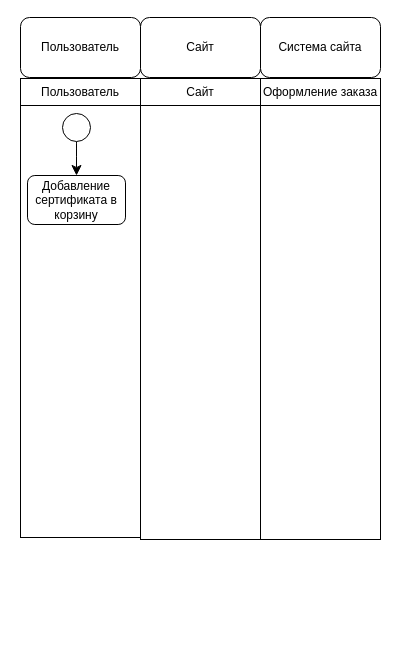
This is Диаграмма6_2.drawio from danaddi/draw.io, a draw.io file, before an edit. Source tidied: cells renumbered, new cells numbered last; positions are measured from the earlier drawing's top-left corner, leaving out a move shared by most shapes. Both pictures are drawn from the tidied source at 100%, with x=0, y=0 at pixel (20, 17).
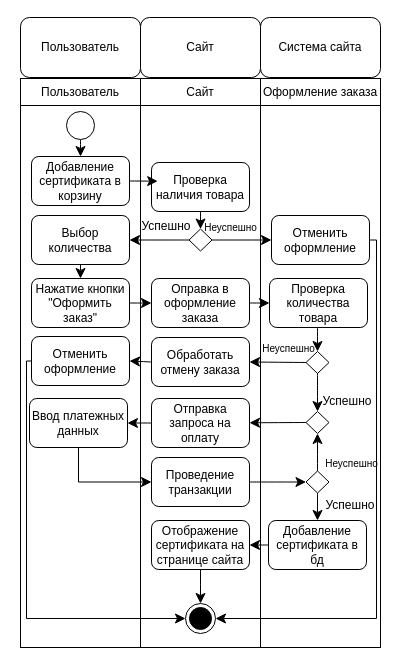
The same diagram, later.

Diff of the diagram source:
```diff
@@
     <mxCell id="8" style="rounded=0;whiteSpace=wrap;html=1;" parent="1" vertex="1">
-      <mxGeometry y="88" width="120" height="432" as="geometry" />
+      <mxGeometry y="88" width="120" height="542" as="geometry" />
     </mxCell>
     <mxCell id="9" style="rounded=0;whiteSpace=wrap;html=1;" parent="1" vertex="1">
-      <mxGeometry x="120" y="88" width="120" height="434" as="geometry" />
+      <mxGeometry x="120" y="88" width="120" height="542" as="geometry" />
     </mxCell>
     <mxCell id="10" style="rounded=0;whiteSpace=wrap;html=1;" parent="1" vertex="1">
-      <mxGeometry x="240" y="88" width="120" height="434" as="geometry" />
+      <mxGeometry x="240" y="88" width="120" height="542" as="geometry" />
     </mxCell>
@@
     <mxCell id="12" style="ellipse;whiteSpace=wrap;html=1;" parent="1" vertex="1">
-      <mxGeometry x="42" y="96" width="28" height="28" as="geometry" />
+      <mxGeometry x="46" y="94" width="28" height="28" as="geometry" />
     </mxCell>
     <mxCell id="13" value="Добавление сертификата в корзину" style="rounded=1;whiteSpace=wrap;html=1;" parent="1" vertex="1">
-      <mxGeometry x="7" y="158" width="98" height="49" as="geometry" />
+      <mxGeometry x="11" y="139" width="98" height="49" as="geometry" />
     </mxCell>
+    <mxCell id="14" style="edgeStyle=none;curved=1;rounded=0;jettySize=auto;html=1;exitX=0.5;exitY=1;exitDx=0;exitDy=0;fontSize=12;startSize=8;endSize=8;" parent="1" edge="1" source="15" target="18">
+      <mxGeometry relative="1" as="geometry" />
+    </mxCell>
+    <mxCell id="15" value="Проверка наличия товара" style="rounded=1;whiteSpace=wrap;html=1;" parent="1" vertex="1">
+      <mxGeometry x="131" y="145" width="98" height="49" as="geometry" />
+    </mxCell>
+    <mxCell id="16" style="edgeStyle=none;curved=1;rounded=0;jettySize=auto;html=1;entryX=0;entryY=0.5;entryDx=0;entryDy=0;fontSize=12;startSize=8;endSize=8;" parent="1" edge="1" source="18" target="22">
+      <mxGeometry relative="1" as="geometry" />
+    </mxCell>
+    <mxCell id="17" style="edgeStyle=none;curved=1;rounded=0;jettySize=auto;html=1;entryX=1;entryY=0.5;entryDx=0;entryDy=0;fontSize=12;startSize=8;endSize=8;" parent="1" edge="1" source="18" target="20">
+      <mxGeometry relative="1" as="geometry" />
+    </mxCell>
+    <mxCell id="18" style="rhombus;whiteSpace=wrap;html=1;" parent="1" vertex="1">
+      <mxGeometry x="168.5" y="211.5" width="23" height="22" as="geometry" />
+    </mxCell>
+    <mxCell id="19" style="edgeStyle=none;curved=1;rounded=0;jettySize=auto;html=1;exitX=0.5;exitY=1;exitDx=0;exitDy=0;fontSize=12;startSize=8;endSize=8;" parent="1" edge="1" source="20" target="26">
+      <mxGeometry relative="1" as="geometry" />
+    </mxCell>
+    <mxCell id="20" value="Выбор количества" style="rounded=1;whiteSpace=wrap;html=1;" parent="1" vertex="1">
+      <mxGeometry x="11" y="198" width="98" height="49" as="geometry" />
+    </mxCell>
+    <mxCell id="21" style="edgeStyle=orthogonalEdgeStyle;rounded=0;jettySize=auto;html=1;exitX=1;exitY=0.5;exitDx=0;exitDy=0;entryX=1;entryY=0.5;entryDx=0;entryDy=0;fontSize=12;startSize=8;endSize=8;" parent="1" edge="1" source="22" target="58">
+      <mxGeometry relative="1" as="geometry">
+        <Array as="points">
+          <mxPoint x="356" y="223" />
+          <mxPoint x="356" y="601" />
+        </Array>
+      </mxGeometry>
+    </mxCell>
+    <mxCell id="22" value="Отменить оформление" style="rounded=1;whiteSpace=wrap;html=1;" parent="1" vertex="1">
+      <mxGeometry x="251" y="198" width="98" height="49" as="geometry" />
+    </mxCell>
+    <mxCell id="23" value="Успешно" style="text;html=1;align=center;verticalAlign=middle;whiteSpace=wrap;rounded=0;" parent="1" vertex="1">
+      <mxGeometry x="116" y="194" width="60" height="30" as="geometry" />
+    </mxCell>
+    <mxCell id="24" value="&lt;font style=&quot;font-size: 10px;&quot;&gt;Неуспешно&lt;/font&gt;" style="text;html=1;align=center;verticalAlign=middle;whiteSpace=wrap;rounded=0;" parent="1" vertex="1">
+      <mxGeometry x="176" y="194" width="69" height="31" as="geometry" />
+    </mxCell>
+    <mxCell id="25" style="edgeStyle=none;curved=1;rounded=0;jettySize=auto;html=1;exitX=1;exitY=0.5;exitDx=0;exitDy=0;entryX=0;entryY=0.5;entryDx=0;entryDy=0;fontSize=12;startSize=8;endSize=8;" parent="1" edge="1" source="26" target="28">
+      <mxGeometry relative="1" as="geometry" />
+    </mxCell>
+    <mxCell id="26" value="Нажатие кнопки &quot;Оформить заказ&quot;" style="rounded=1;whiteSpace=wrap;html=1;" parent="1" vertex="1">
+      <mxGeometry x="11" y="261" width="98" height="49" as="geometry" />
+    </mxCell>
+    <mxCell id="27" style="edgeStyle=none;curved=1;rounded=0;jettySize=auto;html=1;exitX=1;exitY=0.5;exitDx=0;exitDy=0;fontSize=12;startSize=8;endSize=8;" parent="1" edge="1" source="28" target="30">
+      <mxGeometry relative="1" as="geometry" />
+    </mxCell>
+    <mxCell id="28" value="Оправка в оформление заказа" style="rounded=1;whiteSpace=wrap;html=1;" parent="1" vertex="1">
+      <mxGeometry x="131" y="261" width="98" height="49" as="geometry" />
+    </mxCell>
+    <mxCell id="29" style="edgeStyle=none;curved=1;rounded=0;jettySize=auto;html=1;exitX=0.5;exitY=1;exitDx=0;exitDy=0;entryX=0.5;entryY=0;entryDx=0;entryDy=0;fontSize=12;startSize=8;endSize=8;" parent="1" edge="1" target="34">
+      <mxGeometry relative="1" as="geometry">
+        <mxPoint x="297" y="310" as="sourcePoint" />
+      </mxGeometry>
+    </mxCell>
+    <mxCell id="30" value="Проверка количества товара" style="rounded=1;whiteSpace=wrap;html=1;" parent="1" vertex="1">
+      <mxGeometry x="249" y="261" width="98" height="49" as="geometry" />
+    </mxCell>
+    <mxCell id="31" style="edgeStyle=none;curved=1;rounded=0;jettySize=auto;html=1;exitX=1;exitY=0.5;exitDx=0;exitDy=0;entryX=0.063;entryY=0.381;entryDx=0;entryDy=0;entryPerimeter=0;fontSize=12;startSize=8;endSize=8;" parent="1" edge="1" source="13" target="15">
+      <mxGeometry relative="1" as="geometry" />
+    </mxCell>
+    <mxCell id="32" style="edgeStyle=none;curved=1;rounded=0;jettySize=auto;html=1;exitX=0;exitY=0.5;exitDx=0;exitDy=0;entryX=1;entryY=0.5;entryDx=0;entryDy=0;fontSize=12;startSize=8;endSize=8;" parent="1" edge="1" source="34" target="38">
+      <mxGeometry relative="1" as="geometry" />
+    </mxCell>
+    <mxCell id="33" style="edgeStyle=none;curved=1;rounded=0;jettySize=auto;html=1;exitX=0.5;exitY=1;exitDx=0;exitDy=0;entryX=0.5;entryY=0;entryDx=0;entryDy=0;fontSize=12;startSize=8;endSize=8;" parent="1" edge="1" source="34" target="36">
+      <mxGeometry relative="1" as="geometry" />
+    </mxCell>
+    <mxCell id="34" style="rhombus;whiteSpace=wrap;html=1;" parent="1" vertex="1">
+      <mxGeometry x="285.5" y="334" width="23" height="22" as="geometry" />
+    </mxCell>
+    <mxCell id="35" style="edgeStyle=none;curved=1;rounded=0;jettySize=auto;html=1;exitX=0;exitY=0.5;exitDx=0;exitDy=0;fontSize=12;startSize=8;endSize=8;" parent="1" edge="1" source="36" target="44">
+      <mxGeometry relative="1" as="geometry" />
+    </mxCell>
+    <mxCell id="36" style="rhombus;whiteSpace=wrap;html=1;" parent="1" vertex="1">
+      <mxGeometry x="285.5" y="394" width="23" height="22" as="geometry" />
+    </mxCell>
+    <mxCell id="37" style="edgeStyle=none;curved=1;rounded=0;jettySize=auto;html=1;exitX=0;exitY=0.5;exitDx=0;exitDy=0;entryX=1;entryY=0.5;entryDx=0;entryDy=0;fontSize=12;startSize=8;endSize=8;" parent="1" edge="1" source="38" target="40">
+      <mxGeometry relative="1" as="geometry" />
+    </mxCell>
+    <mxCell id="38" value="Обработать отмену заказа" style="rounded=1;whiteSpace=wrap;html=1;" parent="1" vertex="1">
+      <mxGeometry x="131" y="320" width="98" height="49" as="geometry" />
+    </mxCell>
+    <mxCell id="39" style="edgeStyle=orthogonalEdgeStyle;rounded=0;jettySize=auto;html=1;exitX=0;exitY=0.5;exitDx=0;exitDy=0;entryX=0;entryY=0.5;entryDx=0;entryDy=0;fontSize=12;startSize=8;endSize=8;" parent="1" edge="1" source="40" target="58">
+      <mxGeometry relative="1" as="geometry">
+        <Array as="points">
+          <mxPoint x="6" y="344" />
+          <mxPoint x="6" y="601" />
+        </Array>
+      </mxGeometry>
+    </mxCell>
+    <mxCell id="40" value="Отменить оформление" style="rounded=1;whiteSpace=wrap;html=1;" parent="1" vertex="1">
+      <mxGeometry x="11" y="319" width="98" height="49" as="geometry" />
+    </mxCell>
+    <mxCell id="41" style="edgeStyle=orthogonalEdgeStyle;rounded=0;jettySize=auto;html=1;exitX=0.5;exitY=1;exitDx=0;exitDy=0;entryX=0;entryY=0.5;entryDx=0;entryDy=0;fontSize=12;startSize=8;endSize=8;" parent="1" edge="1" source="42" target="48">
+      <mxGeometry relative="1" as="geometry" />
+    </mxCell>
+    <mxCell id="42" value="Ввод платежных данных" style="rounded=1;whiteSpace=wrap;html=1;" parent="1" vertex="1">
+      <mxGeometry x="9" y="381" width="98" height="49" as="geometry" />
+    </mxCell>
+    <mxCell id="43" style="edgeStyle=none;curved=1;rounded=0;jettySize=auto;html=1;exitX=0;exitY=0.5;exitDx=0;exitDy=0;entryX=1;entryY=0.5;entryDx=0;entryDy=0;fontSize=12;startSize=8;endSize=8;" parent="1" edge="1" source="44" target="42">
+      <mxGeometry relative="1" as="geometry" />
+    </mxCell>
+    <mxCell id="44" value="Отправка запроса на оплату" style="rounded=1;whiteSpace=wrap;html=1;" parent="1" vertex="1">
+      <mxGeometry x="131" y="381" width="98" height="49" as="geometry" />
+    </mxCell>
+    <mxCell id="45" value="&lt;font style=&quot;font-size: 10px;&quot;&gt;Неуспешно&lt;/font&gt;" style="text;html=1;align=center;verticalAlign=middle;whiteSpace=wrap;rounded=0;" parent="1" vertex="1">
+      <mxGeometry x="234" y="315" width="69" height="31" as="geometry" />
+    </mxCell>
+    <mxCell id="46" value="Успешно" style="text;html=1;align=center;verticalAlign=middle;whiteSpace=wrap;rounded=0;" parent="1" vertex="1">
+      <mxGeometry x="297" y="369" width="60" height="30" as="geometry" />
+    </mxCell>
+    <mxCell id="47" style="edgeStyle=none;curved=1;rounded=0;jettySize=auto;html=1;exitX=1;exitY=0.5;exitDx=0;exitDy=0;entryX=0;entryY=0.5;entryDx=0;entryDy=0;fontSize=12;startSize=8;endSize=8;" parent="1" edge="1" source="48" target="51">
+      <mxGeometry relative="1" as="geometry" />
+    </mxCell>
+    <mxCell id="48" value="Проведение транзакции" style="rounded=1;whiteSpace=wrap;html=1;" parent="1" vertex="1">
+      <mxGeometry x="131" y="440" width="98" height="49" as="geometry" />
+    </mxCell>
+    <mxCell id="49" style="edgeStyle=none;curved=1;rounded=0;jettySize=auto;html=1;exitX=0.5;exitY=0;exitDx=0;exitDy=0;entryX=0.5;entryY=1;entryDx=0;entryDy=0;fontSize=12;startSize=8;endSize=8;" parent="1" edge="1" source="51" target="36">
+      <mxGeometry relative="1" as="geometry" />
+    </mxCell>
+    <mxCell id="50" style="edgeStyle=none;curved=1;rounded=0;jettySize=auto;html=1;exitX=0.5;exitY=1;exitDx=0;exitDy=0;entryX=0.5;entryY=0;entryDx=0;entryDy=0;fontSize=12;startSize=8;endSize=8;" parent="1" edge="1" source="51" target="54">
+      <mxGeometry relative="1" as="geometry" />
+    </mxCell>
+    <mxCell id="51" style="rhombus;whiteSpace=wrap;html=1;" parent="1" vertex="1">
+      <mxGeometry x="285.5" y="453.5" width="23" height="22" as="geometry" />
+    </mxCell>
+    <mxCell id="52" value="&lt;font style=&quot;font-size: 10px;&quot;&gt;Неуспешно&lt;/font&gt;" style="text;html=1;align=center;verticalAlign=middle;whiteSpace=wrap;rounded=0;" parent="1" vertex="1">
+      <mxGeometry x="297" y="430" width="69" height="31" as="geometry" />
+    </mxCell>
+    <mxCell id="53" style="edgeStyle=none;curved=1;rounded=0;jettySize=auto;html=1;exitX=0;exitY=0.5;exitDx=0;exitDy=0;entryX=1;entryY=0.5;entryDx=0;entryDy=0;fontSize=12;startSize=8;endSize=8;" parent="1" edge="1" source="54" target="57">
+      <mxGeometry relative="1" as="geometry" />
+    </mxCell>
+    <mxCell id="54" value="Добавление сертификата в бд" style="rounded=1;whiteSpace=wrap;html=1;" parent="1" vertex="1">
+      <mxGeometry x="248" y="503" width="98" height="49" as="geometry" />
+    </mxCell>
+    <mxCell id="55" value="Успешно" style="text;html=1;align=center;verticalAlign=middle;whiteSpace=wrap;rounded=0;" parent="1" vertex="1">
+      <mxGeometry x="300" y="473" width="60" height="30" as="geometry" />
+    </mxCell>
+    <mxCell id="56" style="edgeStyle=none;curved=1;rounded=0;jettySize=auto;html=1;exitX=0.5;exitY=1;exitDx=0;exitDy=0;fontSize=12;startSize=8;endSize=8;" parent="1" edge="1" source="57" target="58">
+      <mxGeometry relative="1" as="geometry" />
+    </mxCell>
+    <mxCell id="57" value="Отображение сертификата на странице сайта" style="rounded=1;whiteSpace=wrap;html=1;" parent="1" vertex="1">
+      <mxGeometry x="131" y="503" width="98" height="49" as="geometry" />
+    </mxCell>
+    <mxCell id="58" style="ellipse;html=1;shape=endState;fillColor=strokeColor;" parent="1" vertex="1">
+      <mxGeometry x="165" y="586" width="30" height="30" as="geometry" />
+    </mxCell>
```
